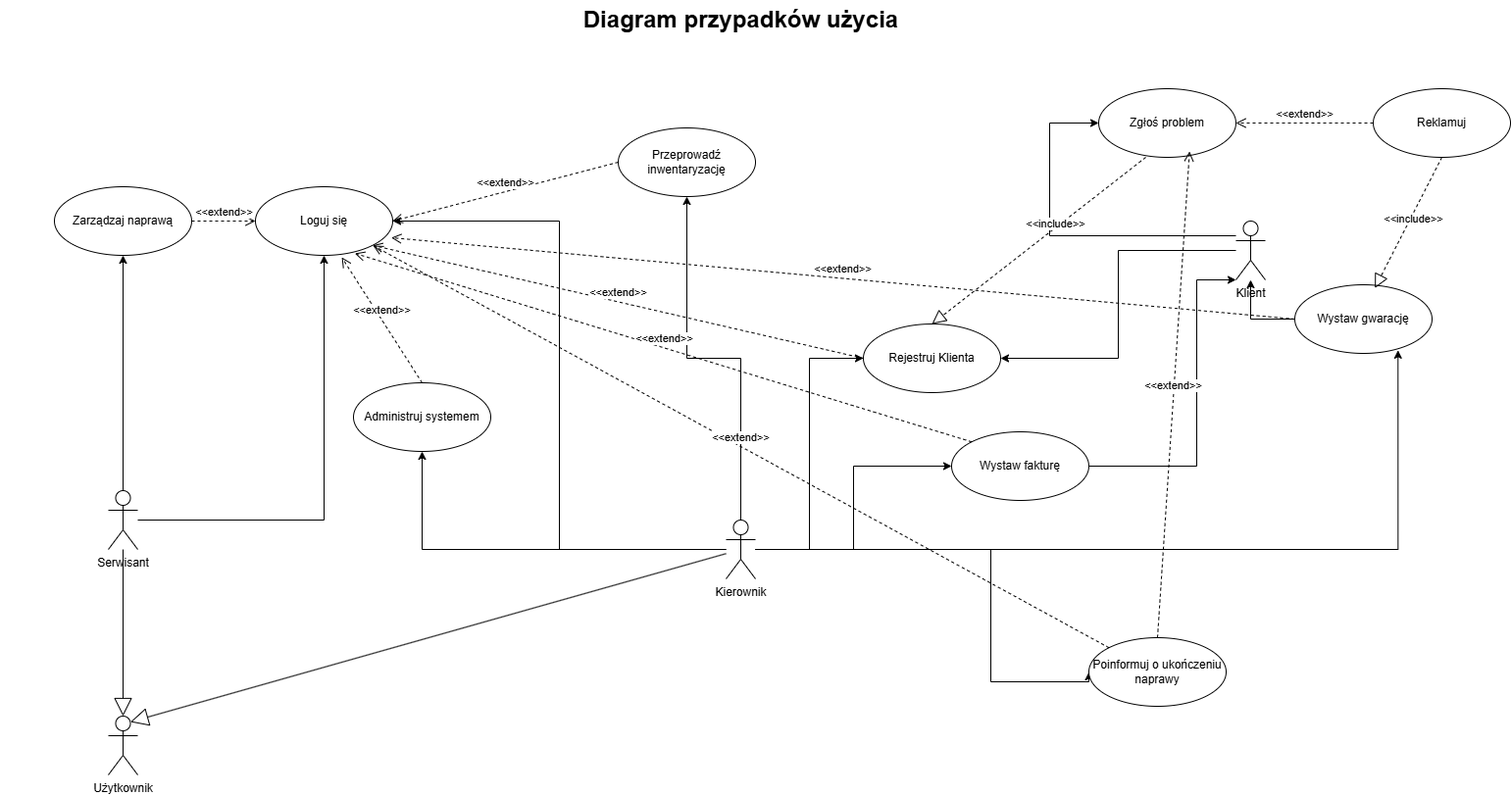
Before: DiagramUżytkowania.png, a diagram exported from draw.io (krystianczajkowski/ProjektowanieSystemowInformatycznych). Source tidied: cells renumbered, new cells last; positions are measured from the earlier drawing's top-left corner, leaving out a move shared by most shapes.
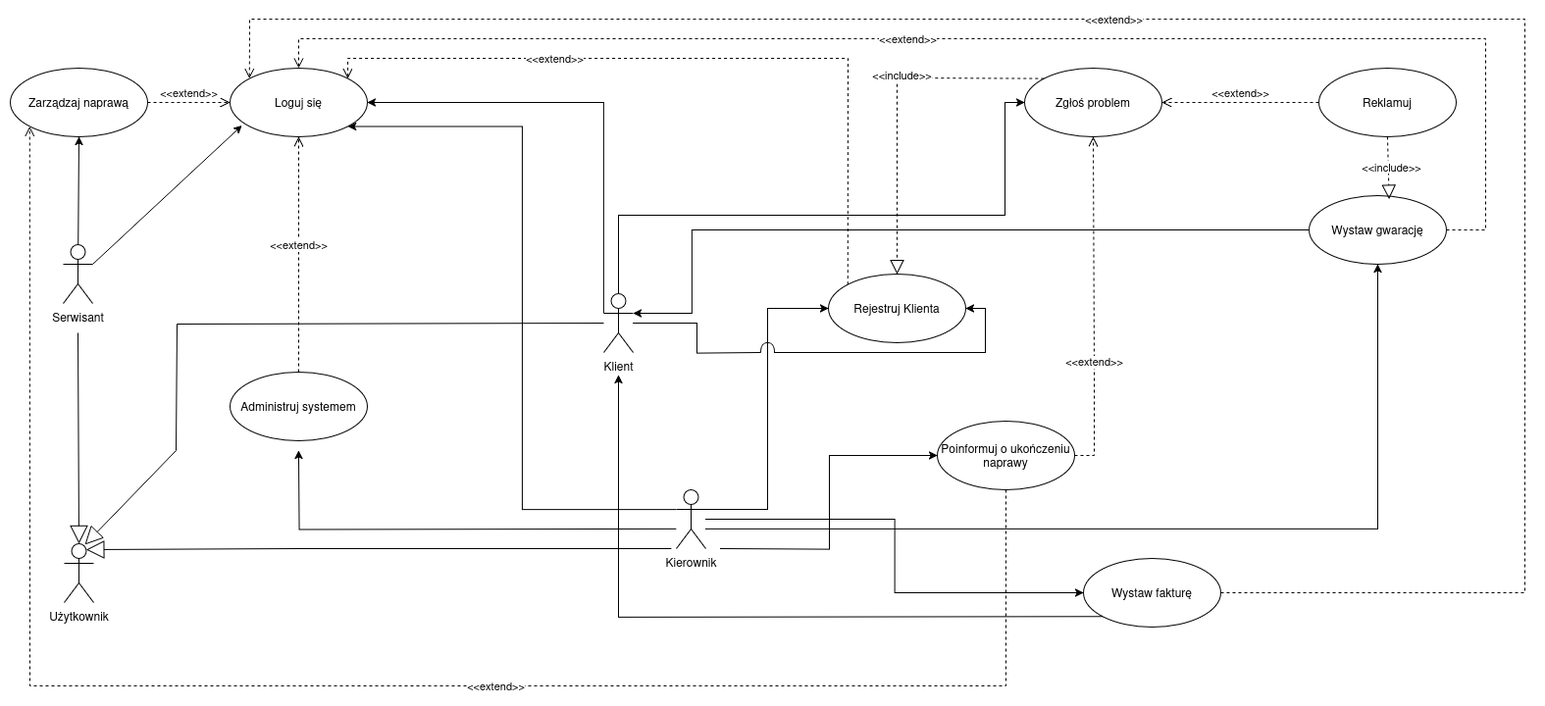
The same diagram one commit later.

Commit message:
aktualizacja diagramu użytkowania

Diff of the diagram source:
```diff
@@ -2,102 +2,130 @@
   <root>
     <mxCell id="0" style="html=1;" />
     <mxCell id="1" style="html=1;" parent="0" />
-    <mxCell id="2" value="Diagram przypadków użycia" style="text;strokeColor=none;fillColor=none;html=1;fontSize=24;fontStyle=1;verticalAlign=middle;align=center;" parent="1" vertex="1">
-      <mxGeometry width="1510" height="40" as="geometry" />
-    </mxCell>
-    <mxCell id="3" style="edgeStyle=orthogonalEdgeStyle;rounded=0;jettySize=auto;html=1;entryX=1;entryY=0.5;entryDx=0;entryDy=0;" parent="1" edge="1" source="9" target="24">
-      <mxGeometry relative="1" as="geometry" />
+    <mxCell id="3" style="edgeStyle=orthogonalEdgeStyle;rounded=0;jettySize=auto;html=1;entryX=1;entryY=1;entryDx=0;entryDy=0;" parent="1" edge="1" source="9" target="24">
+      <mxGeometry relative="1" as="geometry">
+        <Array as="points">
+          <mxPoint x="507" y="780" />
+          <mxPoint x="507" y="390" />
+        </Array>
+      </mxGeometry>
     </mxCell>
     <mxCell id="4" style="edgeStyle=orthogonalEdgeStyle;rounded=0;jettySize=auto;html=1;entryX=0;entryY=0.5;entryDx=0;entryDy=0;" parent="1" edge="1" source="9" target="23">
       <mxGeometry relative="1" as="geometry" />
     </mxCell>
-    <mxCell id="5" style="edgeStyle=orthogonalEdgeStyle;rounded=0;jettySize=auto;html=1;entryX=0;entryY=0.5;entryDx=0;entryDy=0;" parent="1" edge="1" source="9" target="19">
+    <mxCell id="5" style="edgeStyle=orthogonalEdgeStyle;rounded=0;jettySize=auto;html=1;entryX=0;entryY=0.5;entryDx=0;entryDy=0;" parent="1" edge="1" target="19">
       <mxGeometry relative="1" as="geometry">
-        <Array as="points">
-          <mxPoint x="1010" y="560" />
-          <mxPoint x="1010" y="695" />
-        </Array>
+        <mxPoint x="709" y="820" as="sourcePoint" />
       </mxGeometry>
     </mxCell>
     <mxCell id="6" style="edgeStyle=orthogonalEdgeStyle;rounded=0;jettySize=auto;html=1;entryX=0;entryY=0.5;entryDx=0;entryDy=0;" parent="1" edge="1" source="9" target="18">
-      <mxGeometry relative="1" as="geometry" />
+      <mxGeometry relative="1" as="geometry">
+        <Array as="points">
+          <mxPoint x="757" y="780" />
+          <mxPoint x="757" y="575" />
+        </Array>
+      </mxGeometry>
     </mxCell>
-    <mxCell id="7" style="edgeStyle=orthogonalEdgeStyle;rounded=0;jettySize=auto;html=1;entryX=0.5;entryY=1;entryDx=0;entryDy=0;" parent="1" edge="1" source="9" target="17">
-      <mxGeometry relative="1" as="geometry" />
-    </mxCell>
-    <mxCell id="8" style="edgeStyle=orthogonalEdgeStyle;rounded=0;jettySize=auto;html=1;entryX=0.5;entryY=1;entryDx=0;entryDy=0;" parent="1" edge="1" source="9" target="25">
-      <mxGeometry relative="1" as="geometry" />
+    <mxCell id="8" style="edgeStyle=orthogonalEdgeStyle;rounded=0;orthogonalLoop=1;jettySize=auto;html=1;entryX=0.5;entryY=1;entryDx=0;entryDy=0;" parent="1" edge="1">
+      <mxGeometry relative="1" as="geometry">
+        <mxPoint x="664" y="800" as="sourcePoint" />
+        <mxPoint x="279" y="720" as="targetPoint" />
+      </mxGeometry>
     </mxCell>
     <mxCell id="9" value="Kierownik" style="shape=umlActor;verticalLabelPosition=bottom;verticalAlign=top;html=1;" parent="1" vertex="1">
-      <mxGeometry x="740" y="530" width="30" height="60" as="geometry" />
+      <mxGeometry x="664" y="760" width="30" height="60" as="geometry" />
     </mxCell>
-    <mxCell id="10" style="edgeStyle=orthogonalEdgeStyle;rounded=0;jettySize=auto;html=1;entryX=0;entryY=0.5;entryDx=0;entryDy=0;" parent="1" edge="1" source="12" target="21">
+    <mxCell id="10" style="edgeStyle=orthogonalEdgeStyle;rounded=0;jettySize=auto;html=1;entryX=0;entryY=0.5;entryDx=0;entryDy=0;exitX=0.5;exitY=0;exitDx=0;exitDy=0;exitPerimeter=0;" parent="1" edge="1" source="12" target="21">
       <mxGeometry relative="1" as="geometry">
         <Array as="points">
-          <mxPoint x="1070" y="240" />
-          <mxPoint x="1070" y="125" />
+          <mxPoint x="605" y="480" />
+          <mxPoint x="999" y="480" />
+          <mxPoint x="999" y="365" />
         </Array>
       </mxGeometry>
     </mxCell>
-    <mxCell id="11" style="edgeStyle=orthogonalEdgeStyle;rounded=0;jettySize=auto;html=1;entryX=1;entryY=0.5;entryDx=0;entryDy=0;" parent="1" edge="1" source="12" target="18">
-      <mxGeometry relative="1" as="geometry" />
+    <mxCell id="11" style="edgeStyle=orthogonalEdgeStyle;rounded=0;jettySize=auto;html=1;entryX=1;entryY=0.5;entryDx=0;entryDy=0;" parent="1" edge="1" target="18">
+      <mxGeometry relative="1" as="geometry">
+        <mxPoint x="764" y="620" as="sourcePoint" />
+        <Array as="points">
+          <mxPoint x="790" y="620" />
+          <mxPoint x="979" y="620" />
+          <mxPoint x="979" y="575" />
+        </Array>
+      </mxGeometry>
     </mxCell>
+    <mxCell id="45" style="edgeStyle=orthogonalEdgeStyle;rounded=0;jettySize=auto;html=1;endArrow=none;startFill=0;" parent="1" edge="1" source="12">
+      <mxGeometry relative="1" as="geometry">
+        <mxPoint x="750" y="620" as="targetPoint" />
+      </mxGeometry>
+    </mxCell>
     <mxCell id="12" value="Klient" style="shape=umlActor;verticalLabelPosition=bottom;verticalAlign=top;html=1;" parent="1" vertex="1">
-      <mxGeometry x="1260" y="225" width="30" height="60" as="geometry" />
+      <mxGeometry x="590" y="560" width="30" height="60" as="geometry" />
     </mxCell>
-    <mxCell id="13" style="edgeStyle=orthogonalEdgeStyle;rounded=0;jettySize=auto;html=1;entryX=0.5;entryY=1;entryDx=0;entryDy=0;" parent="1" edge="1" source="15" target="24">
-      <mxGeometry relative="1" as="geometry" />
+    <mxCell id="13" style="rounded=0;jettySize=auto;html=1;entryX=1;entryY=0.5;entryDx=0;entryDy=0;exitX=0;exitY=0.3333333333333333;exitDx=0;exitDy=0;exitPerimeter=0;" parent="1" edge="1" source="12" target="24">
+      <mxGeometry relative="1" as="geometry">
+        <Array as="points">
+          <mxPoint x="590" y="480" />
+          <mxPoint x="590" y="365" />
+        </Array>
+      </mxGeometry>
     </mxCell>
-    <mxCell id="14" style="edgeStyle=orthogonalEdgeStyle;rounded=0;jettySize=auto;html=1;entryX=0.5;entryY=1;entryDx=0;entryDy=0;" parent="1" edge="1" source="15" target="16">
+    <mxCell id="14" style="rounded=0;jettySize=auto;html=1;entryX=0.5;entryY=1;entryDx=0;entryDy=0;" parent="1" edge="1" source="15" target="16">
       <mxGeometry relative="1" as="geometry" />
     </mxCell>
     <mxCell id="15" value="Serwisant" style="shape=umlActor;verticalLabelPosition=bottom;verticalAlign=top;html=1;" parent="1" vertex="1">
-      <mxGeometry x="110" y="500" width="30" height="60" as="geometry" />
+      <mxGeometry x="39" y="510" width="30" height="60" as="geometry" />
     </mxCell>
     <mxCell id="16" value="Zarządzaj naprawą" style="ellipse;whiteSpace=wrap;html=1;" parent="1" vertex="1">
-      <mxGeometry x="55" y="190" width="140" height="70" as="geometry" />
+      <mxGeometry x="-15" y="330" width="140" height="70" as="geometry" />
     </mxCell>
-    <mxCell id="17" value="Przeprowadź inwentaryzację" style="ellipse;whiteSpace=wrap;html=1;" parent="1" vertex="1">
-      <mxGeometry x="630" y="130" width="140" height="70" as="geometry" />
-    </mxCell>
     <mxCell id="18" value="Rejestruj Klienta" style="ellipse;whiteSpace=wrap;html=1;" parent="1" vertex="1">
-      <mxGeometry x="880" y="330" width="140" height="70" as="geometry" />
+      <mxGeometry x="819" y="540" width="140" height="70" as="geometry" />
     </mxCell>
     <mxCell id="19" value="Poinformuj o ukończeniu naprawy" style="ellipse;whiteSpace=wrap;html=1;" parent="1" vertex="1">
-      <mxGeometry x="1110" y="650" width="140" height="70" as="geometry" />
+      <mxGeometry x="930" y="690" width="140" height="70" as="geometry" />
     </mxCell>
     <mxCell id="20" value="Wystaw gwarację" style="ellipse;whiteSpace=wrap;html=1;" parent="1" vertex="1">
-      <mxGeometry x="1320" y="290" width="140" height="70" as="geometry" />
+      <mxGeometry x="1309" y="460" width="140" height="70" as="geometry" />
     </mxCell>
     <mxCell id="21" value="Zgłoś problem" style="ellipse;whiteSpace=wrap;html=1;" parent="1" vertex="1">
-      <mxGeometry x="1120" y="90" width="140" height="70" as="geometry" />
+      <mxGeometry x="1019" y="330" width="140" height="70" as="geometry" />
     </mxCell>
     <mxCell id="22" value="Reklamuj" style="ellipse;whiteSpace=wrap;html=1;" parent="1" vertex="1">
-      <mxGeometry x="1400" y="90" width="140" height="70" as="geometry" />
+      <mxGeometry x="1319" y="330" width="140" height="70" as="geometry" />
     </mxCell>
     <mxCell id="23" value="Wystaw fakturę" style="ellipse;whiteSpace=wrap;html=1;" parent="1" vertex="1">
-      <mxGeometry x="970" y="440" width="140" height="70" as="geometry" />
+      <mxGeometry x="1079" y="830" width="140" height="70" as="geometry" />
     </mxCell>
     <mxCell id="24" value="Loguj się" style="ellipse;whiteSpace=wrap;html=1;" parent="1" vertex="1">
-      <mxGeometry x="260" y="190" width="140" height="70" as="geometry" />
+      <mxGeometry x="209" y="330" width="140" height="70" as="geometry" />
     </mxCell>
     <mxCell id="25" value="Administruj systemem" style="ellipse;whiteSpace=wrap;html=1;" parent="1" vertex="1">
-      <mxGeometry x="360" y="390" width="140" height="70" as="geometry" />
+      <mxGeometry x="209" y="640" width="140" height="70" as="geometry" />
     </mxCell>
-    <mxCell id="26" style="edgeStyle=orthogonalEdgeStyle;rounded=0;jettySize=auto;html=1;entryX=0.752;entryY=0.955;entryDx=0;entryDy=0;entryPerimeter=0;" parent="1" edge="1" source="9" target="20">
-      <mxGeometry relative="1" as="geometry" />
+    <mxCell id="26" style="edgeStyle=orthogonalEdgeStyle;rounded=0;jettySize=auto;html=1;entryX=0.5;entryY=1;entryDx=0;entryDy=0;" parent="1" edge="1" source="9" target="20">
+      <mxGeometry relative="1" as="geometry">
+        <Array as="points">
+          <mxPoint x="1379" y="800" />
+        </Array>
+      </mxGeometry>
     </mxCell>
     <mxCell id="27" style="edgeStyle=orthogonalEdgeStyle;rounded=0;jettySize=auto;html=1;" parent="1" edge="1" source="20" target="12">
-      <mxGeometry relative="1" as="geometry" />
+      <mxGeometry relative="1" as="geometry">
+        <Array as="points">
+          <mxPoint x="680" y="495" />
+          <mxPoint x="680" y="580" />
+        </Array>
+      </mxGeometry>
     </mxCell>
     <mxCell id="28" value="&amp;lt;&amp;lt;extend&amp;gt;&amp;gt;" style="html=1;verticalAlign=bottom;endArrow=open;dashed=1;endSize=8;curved=0;rounded=0;exitX=0;exitY=0.5;exitDx=0;exitDy=0;entryX=1;entryY=0.5;entryDx=0;entryDy=0;" parent="1" edge="1" source="22" target="21">
       <mxGeometry relative="1" as="geometry" />
     </mxCell>
-    <mxCell id="29" style="edgeStyle=orthogonalEdgeStyle;rounded=0;jettySize=auto;html=1;entryX=0;entryY=1;entryDx=0;entryDy=0;entryPerimeter=0;" parent="1" edge="1" source="23" target="12">
+    <mxCell id="29" style="rounded=0;jettySize=auto;html=1;exitX=0;exitY=1;exitDx=0;exitDy=0;" parent="1" edge="1" source="23">
       <mxGeometry relative="1" as="geometry">
+        <mxPoint x="605" y="643" as="targetPoint" />
         <Array as="points">
-          <mxPoint x="1220" y="475" />
-          <mxPoint x="1220" y="285" />
+          <mxPoint x="605" y="890" />
         </Array>
       </mxGeometry>
     </mxCell>
@@ -107,48 +135,101 @@
     <mxCell id="31" value="&amp;lt;&amp;lt;include&amp;gt;&amp;gt;" style="edgeLabel;html=1;align=center;verticalAlign=middle;" parent="30" vertex="1">
       <mxGeometry x="-0.08" y="2" relative="1" as="geometry" />
     </mxCell>
-    <mxCell id="32" style="endArrow=block;dashed=1;endFill=0;endSize=12;html=1;rounded=0;exitX=0.5;exitY=1;exitDx=0;exitDy=0;entryX=0.5;entryY=0;entryDx=0;entryDy=0;" parent="1" edge="1" target="18">
+    <mxCell id="32" style="endArrow=block;dashed=1;endFill=0;endSize=12;html=1;rounded=0;exitX=0;exitY=0;exitDx=0;exitDy=0;entryX=0.5;entryY=0;entryDx=0;entryDy=0;" parent="1" edge="1" source="21" target="18">
       <mxGeometry relative="1" as="geometry">
-        <mxPoint x="1168" y="160" as="sourcePoint" />
+        <Array as="points">
+          <mxPoint x="889" y="340" />
+        </Array>
       </mxGeometry>
     </mxCell>
     <mxCell id="33" value="&amp;lt;&amp;lt;include&amp;gt;&amp;gt;" style="edgeLabel;html=1;align=center;verticalAlign=middle;" parent="32" vertex="1">
       <mxGeometry x="-0.16" y="-4" relative="1" as="geometry" />
     </mxCell>
-    <mxCell id="34" value="&amp;lt;&amp;lt;extend&amp;gt;&amp;gt;" style="html=1;verticalAlign=bottom;endArrow=open;dashed=1;endSize=8;curved=0;rounded=0;entryX=0.662;entryY=0.914;entryDx=0;entryDy=0;exitX=0.5;exitY=0;exitDx=0;exitDy=0;entryPerimeter=0;" parent="1" edge="1" source="19" target="21">
-      <mxGeometry relative="1" as="geometry" />
+    <mxCell id="34" value="&amp;lt;&amp;lt;extend&amp;gt;&amp;gt;" style="html=1;verticalAlign=bottom;endArrow=open;dashed=1;endSize=8;curved=0;rounded=0;entryX=0.5;entryY=1;entryDx=0;entryDy=0;exitX=1;exitY=0.5;exitDx=0;exitDy=0;" parent="1" edge="1" source="19" target="21">
+      <mxGeometry x="-0.39" relative="1" as="geometry">
+        <Array as="points">
+          <mxPoint x="1090" y="725" />
+          <mxPoint x="1090" y="640" />
+        </Array>
+      </mxGeometry>
     </mxCell>
     <mxCell id="35" value="Użytkownik" style="shape=umlActor;verticalLabelPosition=bottom;verticalAlign=top;html=1;" parent="1" vertex="1">
-      <mxGeometry x="110" y="730" width="30" height="60" as="geometry" />
+      <mxGeometry x="40" y="815" width="30" height="60" as="geometry" />
     </mxCell>
-    <mxCell id="36" style="endArrow=block;endSize=16;endFill=0;html=1;rounded=0;entryX=0.5;entryY=0;entryDx=0;entryDy=0;entryPerimeter=0;" parent="1" edge="1" source="15" target="35">
-      <mxGeometry relative="1" as="geometry" />
+    <mxCell id="36" style="endArrow=block;endSize=16;endFill=0;html=1;rounded=0;entryX=0.5;entryY=0;entryDx=0;entryDy=0;entryPerimeter=0;" parent="1" edge="1" target="35">
+      <mxGeometry relative="1" as="geometry">
+        <mxPoint x="54" y="600" as="sourcePoint" />
+      </mxGeometry>
     </mxCell>
-    <mxCell id="37" style="endArrow=block;endSize=16;endFill=0;html=1;rounded=0;entryX=0.75;entryY=0.1;entryDx=0;entryDy=0;entryPerimeter=0;" parent="1" edge="1" source="9" target="35">
-      <mxGeometry relative="1" as="geometry" />
+    <mxCell id="37" style="endArrow=block;endSize=16;endFill=0;html=1;rounded=0;entryX=0.75;entryY=0.1;entryDx=0;entryDy=0;entryPerimeter=0;" parent="1" edge="1" target="35">
+      <mxGeometry relative="1" as="geometry">
+        <mxPoint x="659" y="820" as="sourcePoint" />
+        <Array as="points">
+          <mxPoint x="279" y="820" />
+        </Array>
+      </mxGeometry>
     </mxCell>
     <mxCell id="38" value="&amp;lt;&amp;lt;extend&amp;gt;&amp;gt;" style="html=1;verticalAlign=bottom;endArrow=open;dashed=1;endSize=8;curved=0;rounded=0;exitX=1;exitY=0.5;exitDx=0;exitDy=0;entryX=0;entryY=0.5;entryDx=0;entryDy=0;" parent="1" edge="1" source="16" target="24">
       <mxGeometry relative="1" as="geometry" />
     </mxCell>
-    <mxCell id="39" value="&amp;lt;&amp;lt;extend&amp;gt;&amp;gt;" style="html=1;verticalAlign=bottom;endArrow=open;dashed=1;endSize=8;curved=0;rounded=0;exitX=0;exitY=0.5;exitDx=0;exitDy=0;entryX=1;entryY=0.5;entryDx=0;entryDy=0;" parent="1" edge="1" source="17" target="24">
-      <mxGeometry relative="1" as="geometry" />
-    </mxCell>
-    <mxCell id="40" value="&amp;lt;&amp;lt;extend&amp;gt;&amp;gt;" style="html=1;verticalAlign=bottom;endArrow=open;dashed=1;endSize=8;curved=0;rounded=0;exitX=0;exitY=0.5;exitDx=0;exitDy=0;entryX=1;entryY=1;entryDx=0;entryDy=0;" parent="1" edge="1" source="18" target="24">
-      <mxGeometry relative="1" as="geometry" />
+    <mxCell id="40" value="&amp;lt;&amp;lt;extend&amp;gt;&amp;gt;" style="html=1;verticalAlign=bottom;endArrow=open;dashed=1;endSize=8;curved=0;rounded=0;exitX=0;exitY=0;exitDx=0;exitDy=0;entryX=1;entryY=0;entryDx=0;entryDy=0;" parent="1" edge="1" source="18" target="24">
+      <mxGeometry x="0.39" y="10" relative="1" as="geometry">
+        <Array as="points">
+          <mxPoint x="839" y="320" />
+          <mxPoint x="329" y="320" />
+        </Array>
+      </mxGeometry>
     </mxCell>
-    <mxCell id="41" value="&amp;lt;&amp;lt;extend&amp;gt;&amp;gt;" style="html=1;verticalAlign=bottom;endArrow=open;dashed=1;endSize=8;curved=0;rounded=0;exitX=0.5;exitY=0;exitDx=0;exitDy=0;entryX=0.629;entryY=1.029;entryDx=0;entryDy=0;entryPerimeter=0;" parent="1" edge="1" source="25" target="24">
+    <mxCell id="41" value="&amp;lt;&amp;lt;extend&amp;gt;&amp;gt;" style="html=1;verticalAlign=bottom;endArrow=open;dashed=1;endSize=8;curved=0;rounded=0;exitX=0.5;exitY=0;exitDx=0;exitDy=0;entryX=0.5;entryY=1;entryDx=0;entryDy=0;" parent="1" edge="1" source="25" target="24">
       <mxGeometry relative="1" as="geometry" />
     </mxCell>
-    <mxCell id="42" value="&amp;lt;&amp;lt;extend&amp;gt;&amp;gt;" style="html=1;verticalAlign=bottom;endArrow=open;dashed=1;endSize=8;curved=0;rounded=0;exitX=0;exitY=0;exitDx=0;exitDy=0;entryX=0.724;entryY=0.971;entryDx=0;entryDy=0;entryPerimeter=0;" parent="1" edge="1" source="23" target="24">
-      <mxGeometry relative="1" as="geometry" />
+    <mxCell id="42" value="&amp;lt;&amp;lt;extend&amp;gt;&amp;gt;" style="html=1;verticalAlign=bottom;endArrow=open;dashed=1;endSize=8;curved=0;rounded=0;exitX=1;exitY=0.5;exitDx=0;exitDy=0;entryX=0;entryY=0;entryDx=0;entryDy=0;" parent="1" edge="1" source="23" target="24">
+      <mxGeometry x="0.17" y="10" relative="1" as="geometry">
+        <Array as="points">
+          <mxPoint x="1529" y="865" />
+          <mxPoint x="1529" y="280" />
+          <mxPoint x="229" y="280" />
+        </Array>
+      </mxGeometry>
     </mxCell>
-    <mxCell id="43" value="&amp;lt;&amp;lt;extend&amp;gt;&amp;gt;" style="html=1;verticalAlign=bottom;endArrow=open;dashed=1;endSize=8;curved=0;rounded=0;exitX=0;exitY=0.5;exitDx=0;exitDy=0;entryX=0.99;entryY=0.743;entryDx=0;entryDy=0;entryPerimeter=0;" parent="1" edge="1" source="20" target="24">
-      <mxGeometry relative="1" as="geometry" />
+    <mxCell id="43" value="&amp;lt;&amp;lt;extend&amp;gt;&amp;gt;" style="html=1;verticalAlign=bottom;endArrow=open;dashed=1;endSize=8;curved=0;rounded=0;exitX=1;exitY=0.5;exitDx=0;exitDy=0;entryX=0.5;entryY=0;entryDx=0;entryDy=0;" parent="1" edge="1" source="20" target="24">
+      <mxGeometry x="0.12" y="10" relative="1" as="geometry">
+        <Array as="points">
+          <mxPoint x="1489" y="495" />
+          <mxPoint x="1489" y="300" />
+          <mxPoint x="279" y="300" />
+        </Array>
+      </mxGeometry>
     </mxCell>
-    <mxCell id="44" value="&amp;lt;&amp;lt;extend&amp;gt;&amp;gt;" style="html=1;verticalAlign=bottom;endArrow=open;dashed=1;endSize=8;curved=0;rounded=0;exitX=0;exitY=0;exitDx=0;exitDy=0;" parent="1" edge="1" source="19">
-      <mxGeometry relative="1" as="geometry">
-        <mxPoint x="380" y="250" as="targetPoint" />
+    <mxCell id="44" value="&amp;lt;&amp;lt;extend&amp;gt;&amp;gt;" style="html=1;verticalAlign=bottom;endArrow=open;dashed=1;endSize=8;curved=0;rounded=0;exitX=0.5;exitY=1;exitDx=0;exitDy=0;entryX=0;entryY=1;entryDx=0;entryDy=0;" parent="1" edge="1" source="19" target="16">
+      <mxGeometry x="-0.18" y="10" relative="1" as="geometry">
+        <Array as="points">
+          <mxPoint x="1000" y="960" />
+          <mxPoint x="5" y="960" />
+        </Array>
       </mxGeometry>
     </mxCell>
+    <mxCell id="46" style="rounded=0;jettySize=auto;html=1;entryX=0.087;entryY=0.834;entryDx=0;entryDy=0;entryPerimeter=0;exitX=1;exitY=0.3333333333333333;exitDx=0;exitDy=0;exitPerimeter=0;" parent="1" edge="1" source="15" target="24">
+      <mxGeometry relative="1" as="geometry" />
+    </mxCell>
+    <mxCell id="47" style="curved=1;endArrow=none;html=1;rounded=0;startFill=0;" parent="1" edge="1">
+      <mxGeometry relative="1" as="geometry">
+        <mxPoint x="750" y="620" as="sourcePoint" />
+        <mxPoint x="764" y="620" as="targetPoint" />
+        <Array as="points">
+          <mxPoint x="750" y="610" />
+          <mxPoint x="764" y="610" />
+        </Array>
+      </mxGeometry>
+    </mxCell>
+    <mxCell id="48" style="endArrow=block;endSize=16;endFill=0;html=1;rounded=0;" parent="1" edge="1" source="12">
+      <mxGeometry relative="1" as="geometry">
+        <mxPoint x="61" y="816" as="targetPoint" />
+        <Array as="points">
+          <mxPoint x="155" y="591" />
+          <mxPoint x="154" y="720" />
+        </Array>
+      </mxGeometry>
+    </mxCell>
   </root>
 </mxGraphModel>
```
